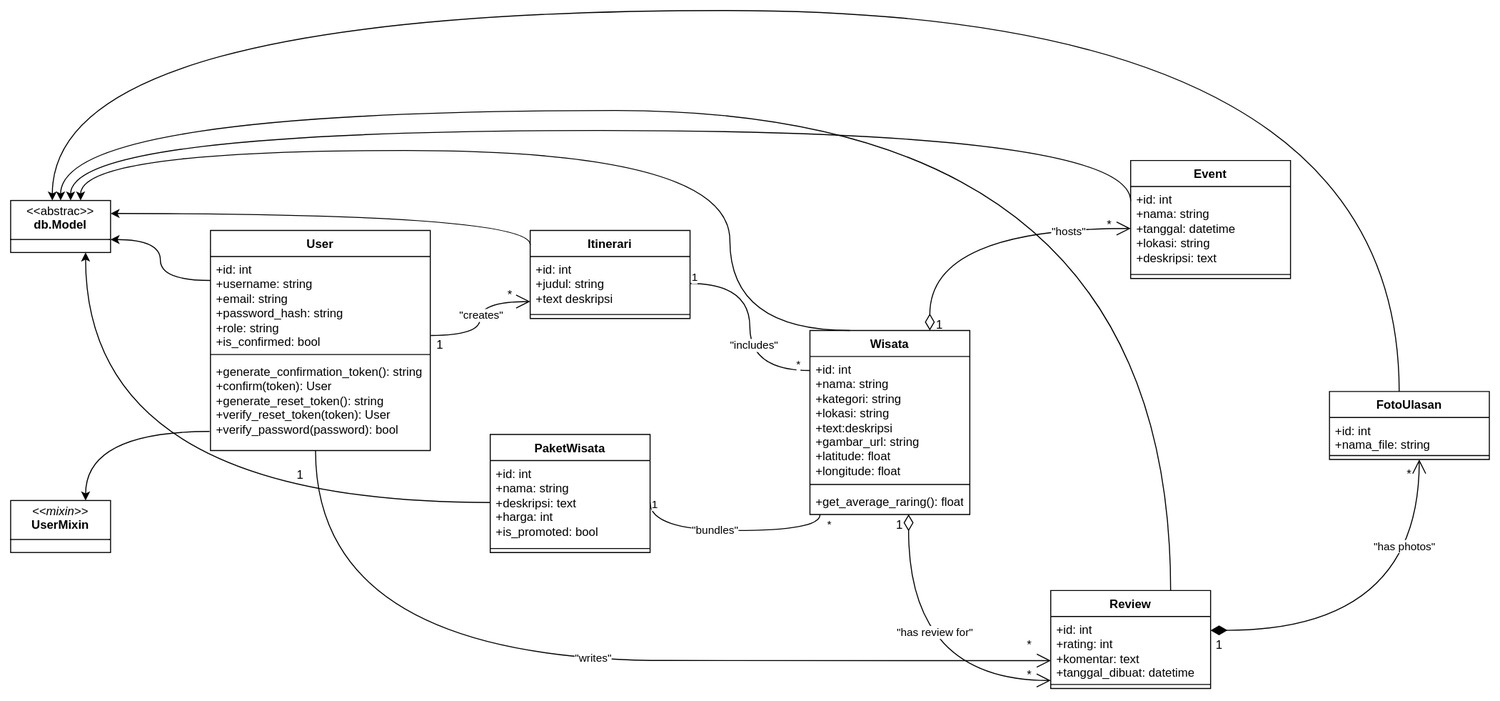
This is assets/architecture/class_diagrams/classdiagram.svg from 0xPutri/Lelana.id, a draw.io export, as it was before one commit. Source tidied: cells renumbered, new cells last; positions are measured from the earlier drawing's top-left corner, leaving out a move shared by most shapes.
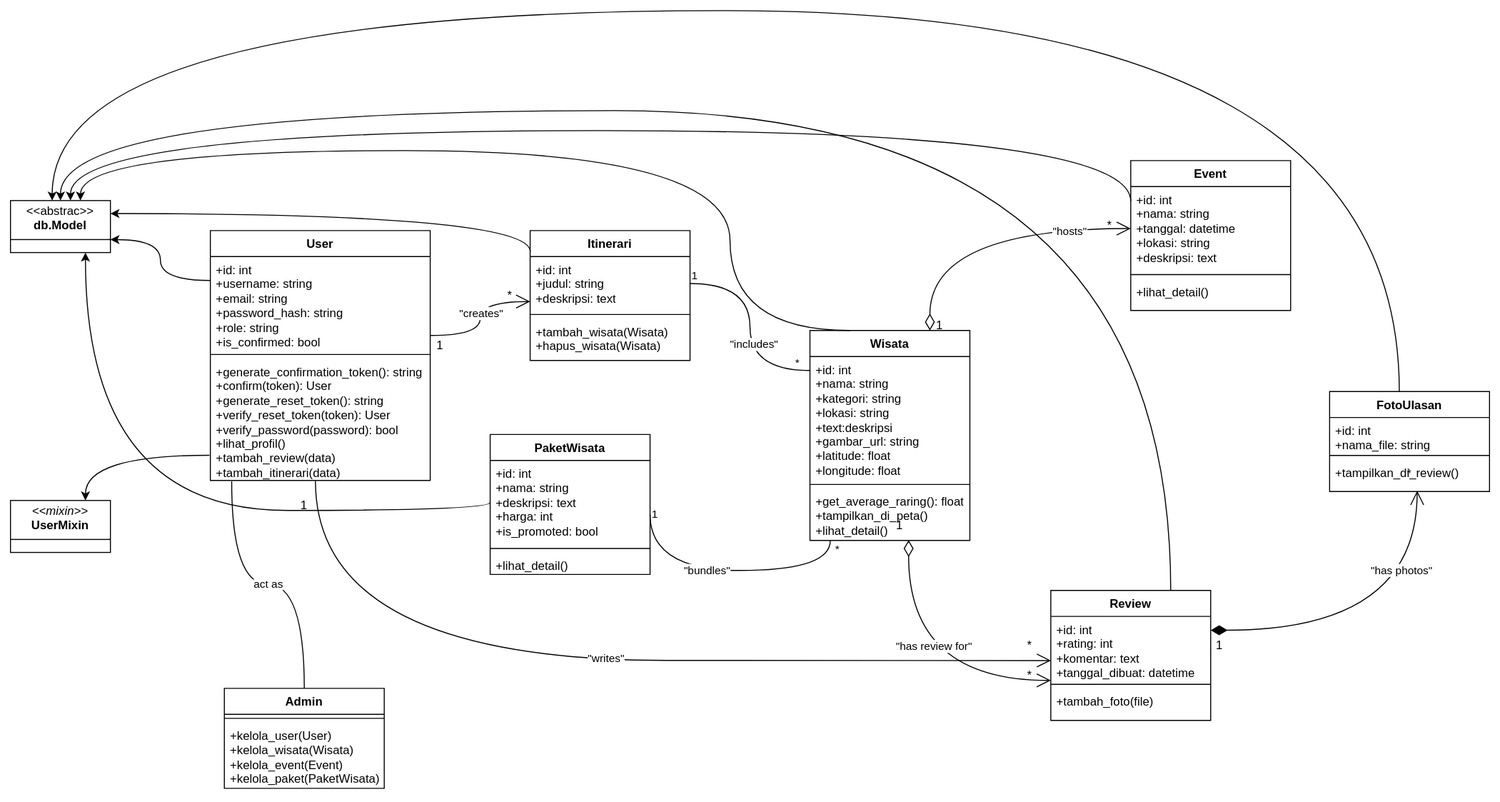
The same file after the commit.

Commit message:
fix: replace get_or_404 with session.scalar in paket routes

The edit, as a diff of the source:
```diff
@@ -3,7 +3,7 @@
     <mxCell id="0" />
     <mxCell id="1" parent="0" />
     <mxCell id="2" value="User" style="swimlane;fontStyle=1;align=center;verticalAlign=top;horizontal=1;startSize=26;whiteSpace=wrap;html=1;" parent="1" vertex="1">
-      <mxGeometry x="200" y="220" width="220" height="220" as="geometry" />
+      <mxGeometry x="200" y="220" width="220" height="250" as="geometry" />
     </mxCell>
     <mxCell id="3" value="+id: int&lt;div&gt;+username:&amp;nbsp;&lt;span style=&quot;background-color: transparent; color: light-dark(rgb(0, 0, 0), rgb(255, 255, 255));&quot;&gt;string&lt;/span&gt;&lt;/div&gt;&lt;div&gt;+email:&amp;nbsp;&lt;span style=&quot;background-color: transparent; color: light-dark(rgb(0, 0, 0), rgb(255, 255, 255));&quot;&gt;string&lt;/span&gt;&lt;/div&gt;&lt;div&gt;+password_hash:&amp;nbsp;&lt;span style=&quot;background-color: transparent; color: light-dark(rgb(0, 0, 0), rgb(255, 255, 255));&quot;&gt;string&lt;/span&gt;&lt;/div&gt;&lt;div&gt;+role:&amp;nbsp;&lt;span style=&quot;background-color: transparent; color: light-dark(rgb(0, 0, 0), rgb(255, 255, 255));&quot;&gt;string&lt;/span&gt;&lt;/div&gt;&lt;div&gt;+is_confirmed:&amp;nbsp;&lt;span style=&quot;background-color: transparent; color: light-dark(rgb(0, 0, 0), rgb(255, 255, 255));&quot;&gt;bool&lt;/span&gt;&lt;/div&gt;" style="text;strokeColor=none;fillColor=none;align=left;verticalAlign=top;spacingLeft=4;spacingRight=4;overflow=hidden;points=[[0,0.5],[1,0.5]];portConstraint=eastwest;whiteSpace=wrap;html=1;" parent="2" vertex="1">
       <mxGeometry y="26" width="220" height="94" as="geometry" />
@@ -11,8 +11,8 @@
     <mxCell id="4" style="line;strokeWidth=1;fillColor=none;align=left;verticalAlign=middle;spacingTop=-1;spacingLeft=3;spacingRight=3;labelPosition=right;strokeColor=inherit;" parent="2" vertex="1">
       <mxGeometry y="120" width="220" height="8" as="geometry" />
     </mxCell>
-    <mxCell id="5" value="+generate_confirmation_token(): string&lt;div&gt;+confirm(token): User&lt;/div&gt;&lt;div&gt;+generate_reset_token(): string&lt;/div&gt;&lt;div&gt;+verify_reset_token(token): User&lt;/div&gt;&lt;div&gt;+verify_password(password): bool&lt;/div&gt;" style="text;strokeColor=none;fillColor=none;align=left;verticalAlign=top;spacingLeft=4;spacingRight=4;overflow=hidden;points=[[0,0.5],[1,0.5]];portConstraint=eastwest;whiteSpace=wrap;html=1;" parent="2" vertex="1">
-      <mxGeometry y="128" width="220" height="92" as="geometry" />
+    <mxCell id="5" value="+generate_confirmation_token(): string&lt;div&gt;+confirm(token): User&lt;/div&gt;&lt;div&gt;+generate_reset_token(): string&lt;/div&gt;&lt;div&gt;+verify_reset_token(token): User&lt;/div&gt;&lt;div&gt;+verify_password(password): bool&lt;/div&gt;&lt;div&gt;+lihat_profil()&lt;/div&gt;&lt;div&gt;+tambah_review(data)&lt;/div&gt;&lt;div&gt;+tambah_itinerari(data)&lt;/div&gt;&lt;div&gt;&lt;br&gt;&lt;/div&gt;" style="text;strokeColor=none;fillColor=none;align=left;verticalAlign=top;spacingLeft=4;spacingRight=4;overflow=hidden;points=[[0,0.5],[1,0.5]];portConstraint=eastwest;whiteSpace=wrap;html=1;" parent="2" vertex="1">
+      <mxGeometry y="128" width="220" height="122" as="geometry" />
     </mxCell>
     <mxCell id="6" value="&lt;p style=&quot;margin:0px;margin-top:4px;text-align:center;&quot;&gt;&lt;i&gt;&amp;lt;&amp;lt;mixin&amp;gt;&amp;gt;&lt;/i&gt;&lt;br&gt;&lt;b&gt;UserMixin&lt;/b&gt;&lt;/p&gt;&lt;hr size=&quot;1&quot; style=&quot;border-style:solid;&quot;&gt;&lt;p style=&quot;margin:0px;margin-left:4px;&quot;&gt;&lt;/p&gt;&lt;p style=&quot;margin:0px;margin-left:4px;&quot;&gt;&lt;br&gt;&lt;/p&gt;" style="verticalAlign=top;align=left;overflow=fill;html=1;whiteSpace=wrap;" parent="1" vertex="1">
       <mxGeometry y="490" width="100" height="52" as="geometry" />
@@ -21,7 +21,7 @@
       <mxGeometry y="190" width="100" height="52" as="geometry" />
     </mxCell>
     <mxCell id="8" value="PaketWisata" style="swimlane;fontStyle=1;align=center;verticalAlign=top;horizontal=1;startSize=26;whiteSpace=wrap;html=1;" parent="1" vertex="1">
-      <mxGeometry x="480" y="424" width="160" height="118" as="geometry" />
+      <mxGeometry x="480" y="424" width="160" height="140" as="geometry" />
     </mxCell>
     <mxCell id="9" value="+id: int&lt;div&gt;+nama:&amp;nbsp;&lt;span style=&quot;background-color: transparent; color: light-dark(rgb(0, 0, 0), rgb(255, 255, 255));&quot;&gt;string&lt;/span&gt;&lt;/div&gt;&lt;div&gt;+deskripsi:&amp;nbsp;&lt;span style=&quot;background-color: transparent; color: light-dark(rgb(0, 0, 0), rgb(255, 255, 255));&quot;&gt;text&lt;/span&gt;&lt;/div&gt;&lt;div&gt;+harga:&amp;nbsp;&lt;span style=&quot;background-color: transparent; color: light-dark(rgb(0, 0, 0), rgb(255, 255, 255));&quot;&gt;int&lt;/span&gt;&lt;/div&gt;&lt;div&gt;+is_promoted:&amp;nbsp;&lt;span style=&quot;background-color: transparent; color: light-dark(rgb(0, 0, 0), rgb(255, 255, 255));&quot;&gt;bool&lt;/span&gt;&lt;/div&gt;" style="text;strokeColor=none;fillColor=none;align=left;verticalAlign=top;spacingLeft=4;spacingRight=4;overflow=hidden;points=[[0,0.5],[1,0.5]];portConstraint=eastwest;whiteSpace=wrap;html=1;" parent="8" vertex="1">
       <mxGeometry y="26" width="160" height="84" as="geometry" />
@@ -29,15 +29,21 @@
     <mxCell id="10" style="line;strokeWidth=1;fillColor=none;align=left;verticalAlign=middle;spacingTop=-1;spacingLeft=3;spacingRight=3;labelPosition=right;strokeColor=inherit;" parent="8" vertex="1">
       <mxGeometry y="110" width="160" height="8" as="geometry" />
     </mxCell>
+    <mxCell id="63" value="+lihat_detail()" style="text;strokeColor=none;fillColor=none;align=left;verticalAlign=top;spacingLeft=4;spacingRight=4;overflow=hidden;whiteSpace=wrap;html=1;" parent="8" vertex="1">
+      <mxGeometry y="118" width="160" height="22" as="geometry" />
+    </mxCell>
     <mxCell id="11" value="Itinerari" style="swimlane;fontStyle=1;align=center;verticalAlign=top;horizontal=1;startSize=26;whiteSpace=wrap;html=1;" parent="1" vertex="1">
-      <mxGeometry x="520" y="220" width="160" height="88" as="geometry" />
+      <mxGeometry x="520" y="220" width="160" height="130" as="geometry" />
     </mxCell>
-    <mxCell id="12" value="+id: int&lt;div&gt;+judul: string&lt;/div&gt;&lt;div&gt;+text deskripsi&lt;/div&gt;" style="text;strokeColor=none;fillColor=none;align=left;verticalAlign=top;spacingLeft=4;spacingRight=4;overflow=hidden;points=[[0,0.5],[1,0.5]];portConstraint=eastwest;whiteSpace=wrap;html=1;" parent="11" vertex="1">
+    <mxCell id="12" value="+id: int&lt;div&gt;+judul: string&lt;/div&gt;&lt;div&gt;+deskripsi: text&lt;/div&gt;" style="text;strokeColor=none;fillColor=none;align=left;verticalAlign=top;spacingLeft=4;spacingRight=4;overflow=hidden;points=[[0,0.5],[1,0.5]];portConstraint=eastwest;whiteSpace=wrap;html=1;" parent="11" vertex="1">
       <mxGeometry y="26" width="160" height="54" as="geometry" />
     </mxCell>
     <mxCell id="13" style="line;strokeWidth=1;fillColor=none;align=left;verticalAlign=middle;spacingTop=-1;spacingLeft=3;spacingRight=3;labelPosition=right;strokeColor=inherit;" parent="11" vertex="1">
       <mxGeometry y="80" width="160" height="8" as="geometry" />
     </mxCell>
+    <mxCell id="64" value="+tambah_wisata(Wisata)&lt;div&gt;+hapus_wisata(Wisata)&lt;/div&gt;" style="text;strokeColor=none;fillColor=none;align=left;verticalAlign=top;spacingLeft=4;spacingRight=4;overflow=hidden;whiteSpace=wrap;html=1;" parent="11" vertex="1">
+      <mxGeometry y="88" width="160" height="42" as="geometry" />
+    </mxCell>
     <mxCell id="14" style="endArrow=open;endFill=1;endSize=12;html=1;rounded=0;exitX=1.002;exitY=0.84;exitDx=0;exitDy=0;exitPerimeter=0;edgeStyle=orthogonalEdgeStyle;curved=1;" parent="1" edge="1" source="3">
       <mxGeometry relative="1" as="geometry">
         <mxPoint x="520" y="291" as="targetPoint" />
@@ -60,10 +66,15 @@
       </mxGeometry>
     </mxCell>
     <mxCell id="19" style="endArrow=classic;html=1;rounded=0;entryX=0.75;entryY=1;entryDx=0;entryDy=0;exitX=0;exitY=0.5;exitDx=0;exitDy=0;edgeStyle=orthogonalEdgeStyle;curved=1;" parent="1" edge="1" source="9" target="7">
-      <mxGeometry relative="1" as="geometry" />
+      <mxGeometry relative="1" as="geometry">
+        <Array as="points">
+          <mxPoint x="480" y="500" />
+          <mxPoint x="75" y="500" />
+        </Array>
+      </mxGeometry>
     </mxCell>
     <mxCell id="20" value="Wisata" style="swimlane;fontStyle=1;align=center;verticalAlign=top;horizontal=1;startSize=26;whiteSpace=wrap;html=1;" parent="1" vertex="1">
-      <mxGeometry x="800" y="320" width="160" height="184" as="geometry" />
+      <mxGeometry x="800" y="320" width="160" height="210" as="geometry" />
     </mxCell>
     <mxCell id="21" value="+id: int&lt;div&gt;+nama: string&lt;/div&gt;&lt;div&gt;+kategori: string&lt;/div&gt;&lt;div&gt;+lokasi: string&lt;/div&gt;&lt;div&gt;+text:deskripsi&lt;/div&gt;&lt;div&gt;+gambar_url: string&lt;/div&gt;&lt;div&gt;+latitude: float&lt;/div&gt;&lt;div&gt;+longitude: float&lt;/div&gt;" style="text;strokeColor=none;fillColor=none;align=left;verticalAlign=top;spacingLeft=4;spacingRight=4;overflow=hidden;points=[[0,0.5],[1,0.5]];portConstraint=eastwest;whiteSpace=wrap;html=1;" parent="20" vertex="1">
       <mxGeometry y="26" width="160" height="124" as="geometry" />
@@ -71,8 +82,8 @@
     <mxCell id="22" style="line;strokeWidth=1;fillColor=none;align=left;verticalAlign=middle;spacingTop=-1;spacingLeft=3;spacingRight=3;labelPosition=right;strokeColor=inherit;" parent="20" vertex="1">
       <mxGeometry y="150" width="160" height="8" as="geometry" />
     </mxCell>
-    <mxCell id="23" value="+get_average_raring(): float" style="text;strokeColor=none;fillColor=none;align=left;verticalAlign=top;spacingLeft=4;spacingRight=4;overflow=hidden;points=[[0,0.5],[1,0.5]];portConstraint=eastwest;whiteSpace=wrap;html=1;" parent="20" vertex="1">
-      <mxGeometry y="158" width="160" height="26" as="geometry" />
+    <mxCell id="23" value="+get_average_raring(): float&lt;div&gt;+tampilkan_di_peta()&lt;/div&gt;&lt;div&gt;+lihat_detail()&lt;/div&gt;" style="text;strokeColor=none;fillColor=none;align=left;verticalAlign=top;spacingLeft=4;spacingRight=4;overflow=hidden;points=[[0,0.5],[1,0.5]];portConstraint=eastwest;whiteSpace=wrap;html=1;" parent="20" vertex="1">
+      <mxGeometry y="158" width="160" height="52" as="geometry" />
     </mxCell>
     <mxCell id="24" style="endArrow=none;html=1;edgeStyle=orthogonalEdgeStyle;rounded=0;exitX=1;exitY=0.5;exitDx=0;exitDy=0;entryX=0;entryY=0.113;entryDx=0;entryDy=0;entryPerimeter=0;curved=1;" parent="1" edge="1" source="12" target="21">
       <mxGeometry relative="1" as="geometry" />
@@ -94,11 +105,13 @@
     <mxCell id="29" value="*" style="text;html=1;whiteSpace=wrap;strokeColor=none;fillColor=none;align=center;verticalAlign=middle;rounded=0;" parent="1" vertex="1">
       <mxGeometry x="470" y="270" width="60" height="30" as="geometry" />
     </mxCell>
-    <mxCell id="30" style="endArrow=none;html=1;edgeStyle=orthogonalEdgeStyle;rounded=0;exitX=1;exitY=0.5;exitDx=0;exitDy=0;entryX=0.063;entryY=1.004;entryDx=0;entryDy=0;entryPerimeter=0;curved=1;" parent="1" edge="1" source="9" target="23">
+    <mxCell id="30" style="endArrow=none;html=1;edgeStyle=orthogonalEdgeStyle;rounded=0;exitX=1;exitY=0.5;exitDx=0;exitDy=0;entryX=0.127;entryY=1.004;entryDx=0;entryDy=0;entryPerimeter=0;curved=1;" parent="1" edge="1" target="23">
       <mxGeometry relative="1" as="geometry">
+        <mxPoint x="640" y="503.8" as="sourcePoint" />
         <Array as="points">
-          <mxPoint x="640" y="520" />
-          <mxPoint x="810" y="520" />
+          <mxPoint x="640" y="560" />
+          <mxPoint x="820" y="560" />
+          <mxPoint x="820" y="530" />
         </Array>
       </mxGeometry>
     </mxCell>
@@ -125,7 +138,7 @@
       </mxGeometry>
     </mxCell>
     <mxCell id="35" value="Review" style="swimlane;fontStyle=1;align=center;verticalAlign=top;horizontal=1;startSize=26;whiteSpace=wrap;html=1;" parent="1" vertex="1">
-      <mxGeometry x="1041" y="580" width="160" height="98" as="geometry" />
+      <mxGeometry x="1041" y="580" width="160" height="130" as="geometry" />
     </mxCell>
     <mxCell id="36" value="+id: int&lt;div&gt;+rating: int&lt;/div&gt;&lt;div&gt;+komentar: text&lt;/div&gt;&lt;div&gt;+tanggal_dibuat: datetime&lt;/div&gt;" style="text;strokeColor=none;fillColor=none;align=left;verticalAlign=top;spacingLeft=4;spacingRight=4;overflow=hidden;points=[[0,0.5],[1,0.5]];portConstraint=eastwest;whiteSpace=wrap;html=1;" parent="35" vertex="1">
       <mxGeometry y="26" width="160" height="64" as="geometry" />
@@ -133,6 +146,9 @@
     <mxCell id="37" style="line;strokeWidth=1;fillColor=none;align=left;verticalAlign=middle;spacingTop=-1;spacingLeft=3;spacingRight=3;labelPosition=right;strokeColor=inherit;" parent="35" vertex="1">
       <mxGeometry y="90" width="160" height="8" as="geometry" />
     </mxCell>
+    <mxCell id="65" value="+tambah_foto(file)" style="text;strokeColor=none;fillColor=none;align=left;verticalAlign=top;spacingLeft=4;spacingRight=4;overflow=hidden;whiteSpace=wrap;html=1;" parent="35" vertex="1">
+      <mxGeometry y="98" width="160" height="32" as="geometry" />
+    </mxCell>
     <mxCell id="38" style="endArrow=open;endFill=1;endSize=12;html=1;rounded=0;exitX=0.478;exitY=1.004;exitDx=0;exitDy=0;exitPerimeter=0;edgeStyle=orthogonalEdgeStyle;curved=1;entryX=0.001;entryY=0.69;entryDx=0;entryDy=0;entryPerimeter=0;" parent="1" edge="1" source="5" target="36">
       <mxGeometry relative="1" as="geometry">
         <Array as="points">
@@ -145,7 +161,7 @@
       <mxGeometry x="0.03" y="3" relative="1" as="geometry" />
     </mxCell>
     <mxCell id="40" value="1" style="text;html=1;whiteSpace=wrap;strokeColor=none;fillColor=none;align=center;verticalAlign=middle;rounded=0;" parent="1" vertex="1">
-      <mxGeometry x="260" y="450" width="60" height="30" as="geometry" />
+      <mxGeometry x="263.5" y="480" width="60" height="30" as="geometry" />
     </mxCell>
     <mxCell id="41" value="*" style="text;html=1;whiteSpace=wrap;strokeColor=none;fillColor=none;align=center;verticalAlign=middle;rounded=0;" parent="1" vertex="1">
       <mxGeometry x="990" y="620" width="60" height="30" as="geometry" />
@@ -177,7 +193,7 @@
       </mxGeometry>
     </mxCell>
     <mxCell id="47" value="Event" style="swimlane;fontStyle=1;align=center;verticalAlign=top;horizontal=1;startSize=26;whiteSpace=wrap;html=1;" parent="1" vertex="1">
-      <mxGeometry x="1121" y="150" width="160" height="118" as="geometry" />
+      <mxGeometry x="1121" y="150" width="160" height="150" as="geometry" />
     </mxCell>
     <mxCell id="48" value="+id: int&lt;div&gt;+nama: string&lt;/div&gt;&lt;div&gt;+tanggal: datetime&lt;/div&gt;&lt;div&gt;+lokasi: string&lt;/div&gt;&lt;div&gt;+deskripsi: text&lt;/div&gt;" style="text;strokeColor=none;fillColor=none;align=left;verticalAlign=top;spacingLeft=4;spacingRight=4;overflow=hidden;points=[[0,0.5],[1,0.5]];portConstraint=eastwest;whiteSpace=wrap;html=1;" parent="47" vertex="1">
       <mxGeometry y="26" width="160" height="84" as="geometry" />
@@ -185,6 +201,9 @@
     <mxCell id="49" style="line;strokeWidth=1;fillColor=none;align=left;verticalAlign=middle;spacingTop=-1;spacingLeft=3;spacingRight=3;labelPosition=right;strokeColor=inherit;" parent="47" vertex="1">
       <mxGeometry y="110" width="160" height="8" as="geometry" />
     </mxCell>
+    <mxCell id="66" value="&lt;div&gt;+lihat_detail()&lt;/div&gt;" style="text;strokeColor=none;fillColor=none;align=left;verticalAlign=top;spacingLeft=4;spacingRight=4;overflow=hidden;whiteSpace=wrap;html=1;" parent="47" vertex="1">
+      <mxGeometry y="118" width="160" height="32" as="geometry" />
+    </mxCell>
     <mxCell id="50" style="endArrow=open;html=1;endSize=12;startArrow=diamondThin;startSize=14;startFill=0;edgeStyle=orthogonalEdgeStyle;align=left;verticalAlign=bottom;rounded=0;exitX=0.75;exitY=0;exitDx=0;exitDy=0;entryX=0;entryY=0.5;entryDx=0;entryDy=0;curved=1;" parent="1" edge="1" source="20" target="48">
       <mxGeometry x="-1" y="3" relative="1" as="geometry" />
     </mxCell>
@@ -206,7 +225,7 @@
       </mxGeometry>
     </mxCell>
     <mxCell id="55" value="FotoUlasan" style="swimlane;fontStyle=1;align=center;verticalAlign=top;horizontal=1;startSize=26;whiteSpace=wrap;html=1;" parent="1" vertex="1">
-      <mxGeometry x="1320" y="381" width="160" height="68" as="geometry" />
+      <mxGeometry x="1320" y="381" width="160" height="100" as="geometry" />
     </mxCell>
     <mxCell id="56" value="+id: int&lt;div&gt;+nama_file: string&lt;/div&gt;" style="text;strokeColor=none;fillColor=none;align=left;verticalAlign=top;spacingLeft=4;spacingRight=4;overflow=hidden;whiteSpace=wrap;html=1;" parent="55" vertex="1">
       <mxGeometry y="26" width="160" height="34" as="geometry" />
@@ -214,10 +233,12 @@
     <mxCell id="57" style="line;strokeWidth=1;fillColor=none;align=left;verticalAlign=middle;spacingTop=-1;spacingLeft=3;spacingRight=3;labelPosition=right;strokeColor=inherit;" parent="55" vertex="1">
       <mxGeometry y="60" width="160" height="8" as="geometry" />
     </mxCell>
+    <mxCell id="67" value="&lt;div&gt;+tampilkan_di_review()&lt;/div&gt;" style="text;strokeColor=none;fillColor=none;align=left;verticalAlign=top;spacingLeft=4;spacingRight=4;overflow=hidden;whiteSpace=wrap;html=1;" parent="55" vertex="1">
+      <mxGeometry y="68" width="160" height="32" as="geometry" />
+    </mxCell>
-    <mxCell id="58" style="endArrow=open;html=1;endSize=12;startArrow=diamondThin;startSize=14;startFill=1;edgeStyle=orthogonalEdgeStyle;align=left;verticalAlign=bottom;rounded=0;exitX=1.001;exitY=0.232;exitDx=0;exitDy=0;exitPerimeter=0;curved=1;" parent="1" edge="1">
+    <mxCell id="58" style="endArrow=open;html=1;endSize=12;startArrow=diamondThin;startSize=14;startFill=1;edgeStyle=orthogonalEdgeStyle;align=left;verticalAlign=bottom;rounded=0;exitX=1.001;exitY=0.232;exitDx=0;exitDy=0;exitPerimeter=0;curved=1;entryX=0.627;entryY=1.043;entryDx=0;entryDy=0;entryPerimeter=0;" parent="1" edge="1" target="62">
       <mxGeometry x="-1" y="3" relative="1" as="geometry">
         <mxPoint x="1201" y="619.8" as="sourcePoint" />
-        <mxPoint x="1409.8" y="449" as="targetPoint" />
       </mxGeometry>
     </mxCell>
     <mxCell id="59" value="&quot;has photos&quot;" style="edgeLabel;html=1;align=center;verticalAlign=middle;" parent="58" vertex="1">
@@ -237,5 +258,20 @@
     <mxCell id="62" value="*" style="text;html=1;whiteSpace=wrap;strokeColor=none;fillColor=none;align=center;verticalAlign=middle;rounded=0;" parent="1" vertex="1">
       <mxGeometry x="1370" y="449" width="60" height="30" as="geometry" />
     </mxCell>
+    <mxCell id="68" value="Admin" style="swimlane;fontStyle=1;align=center;verticalAlign=top;horizontal=1;startSize=26;whiteSpace=wrap;html=1;" parent="1" vertex="1">
+      <mxGeometry x="214" y="678" width="160" height="100" as="geometry" />
+    </mxCell>
+    <mxCell id="69" style="line;strokeWidth=1;fillColor=none;align=left;verticalAlign=middle;spacingTop=-1;spacingLeft=3;spacingRight=3;labelPosition=right;strokeColor=inherit;" parent="68" vertex="1">
+      <mxGeometry y="26" width="160" height="8" as="geometry" />
+    </mxCell>
+    <mxCell id="70" value="+kelola_user(User)&lt;div&gt;+kelola_wisata(Wisata)&lt;/div&gt;&lt;div&gt;+kelola_event(Event)&lt;/div&gt;&lt;div&gt;+kelola_paket(PaketWisata)&lt;/div&gt;" style="text;strokeColor=none;fillColor=none;align=left;verticalAlign=top;spacingLeft=4;spacingRight=4;overflow=hidden;whiteSpace=wrap;html=1;" parent="68" vertex="1">
+      <mxGeometry y="34" width="160" height="66" as="geometry" />
+    </mxCell>
+    <mxCell id="71" style="endArrow=none;html=1;rounded=0;entryX=0.5;entryY=0;entryDx=0;entryDy=0;exitX=0.097;exitY=1.007;exitDx=0;exitDy=0;exitPerimeter=0;edgeStyle=orthogonalEdgeStyle;curved=1;" parent="1" edge="1" source="5" target="68">
+      <mxGeometry relative="1" as="geometry" />
+    </mxCell>
+    <mxCell id="72" value="act as" style="edgeLabel;html=1;align=center;verticalAlign=middle;" parent="71" vertex="1">
+      <mxGeometry x="-0.01" y="1" relative="1" as="geometry" />
+    </mxCell>
   </root>
 </mxGraphModel>
```
